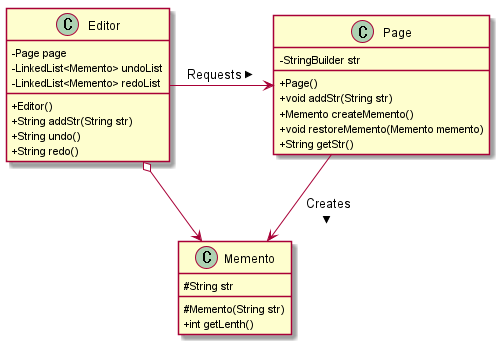
Before: img/designpattern/2/concept_memento_2.png, a diagram exported from PlantUML (windowforsun/blog).
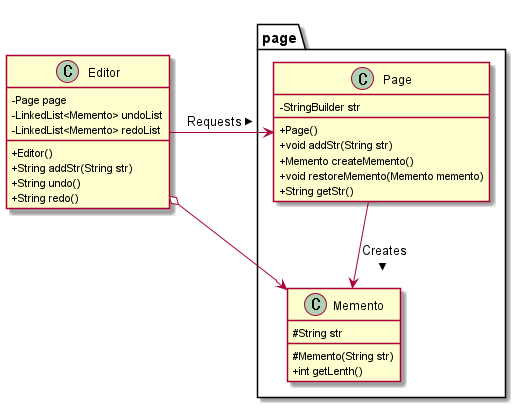
The same diagram one commit later.

The edit, as a diff of the source:
```diff
@@ -11,6 +11,8 @@
 	+String undo()
 	+String redo()
 }
+
+package page {
 
 class Page {
 	-StringBuilder str
@@ -28,6 +30,7 @@
 	#Memento(String str)
 	+int getLenth()
 }
+}
 
 Page <-right- Editor : < Requests
 Memento <-down- Page : < Creates
```
